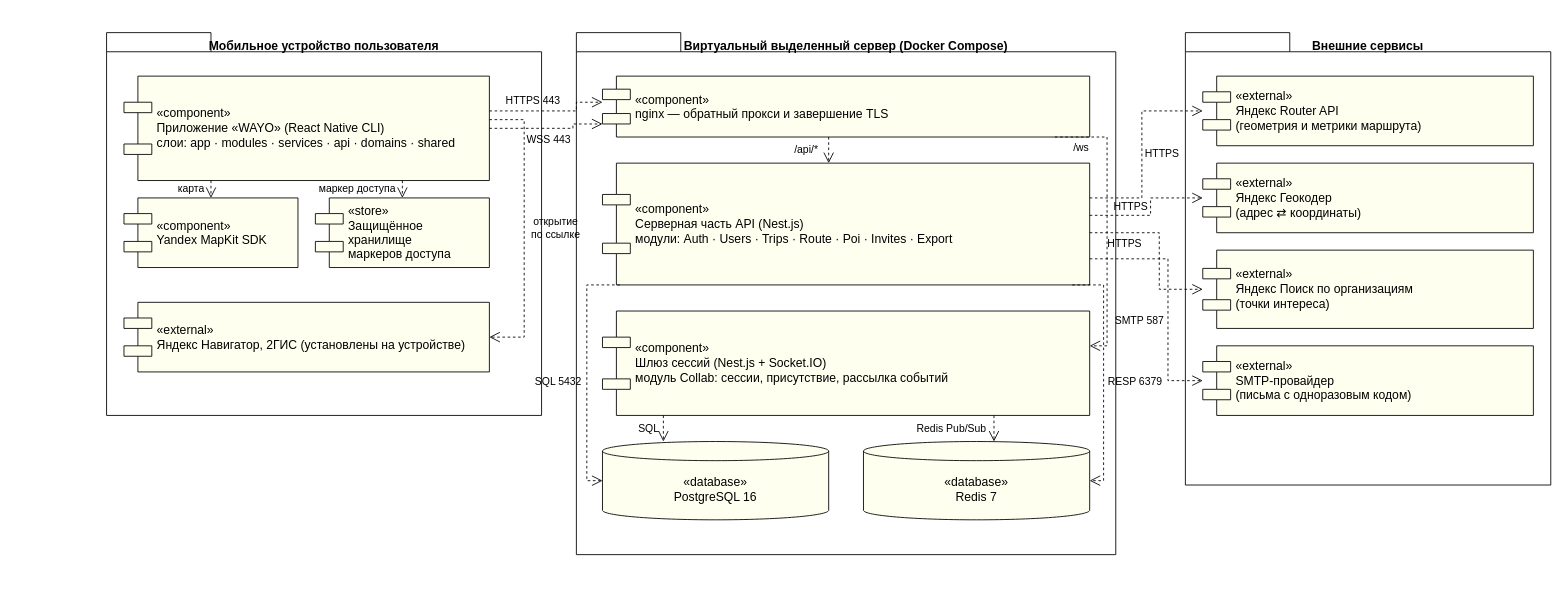
Earlier version of the draw.io diagram page "1. Компоненты" (1 of 5) of docs/Архитектура системы.drawio (crockshine/wayo). Source tidied: cells renumbered, new cells numbered last; positions are measured from the earlier drawing's top-left corner, leaving out a move shared by most shapes. Both pictures are drawn from the tidied source at 87%, with x=0, y=0 at pixel (106, 32).
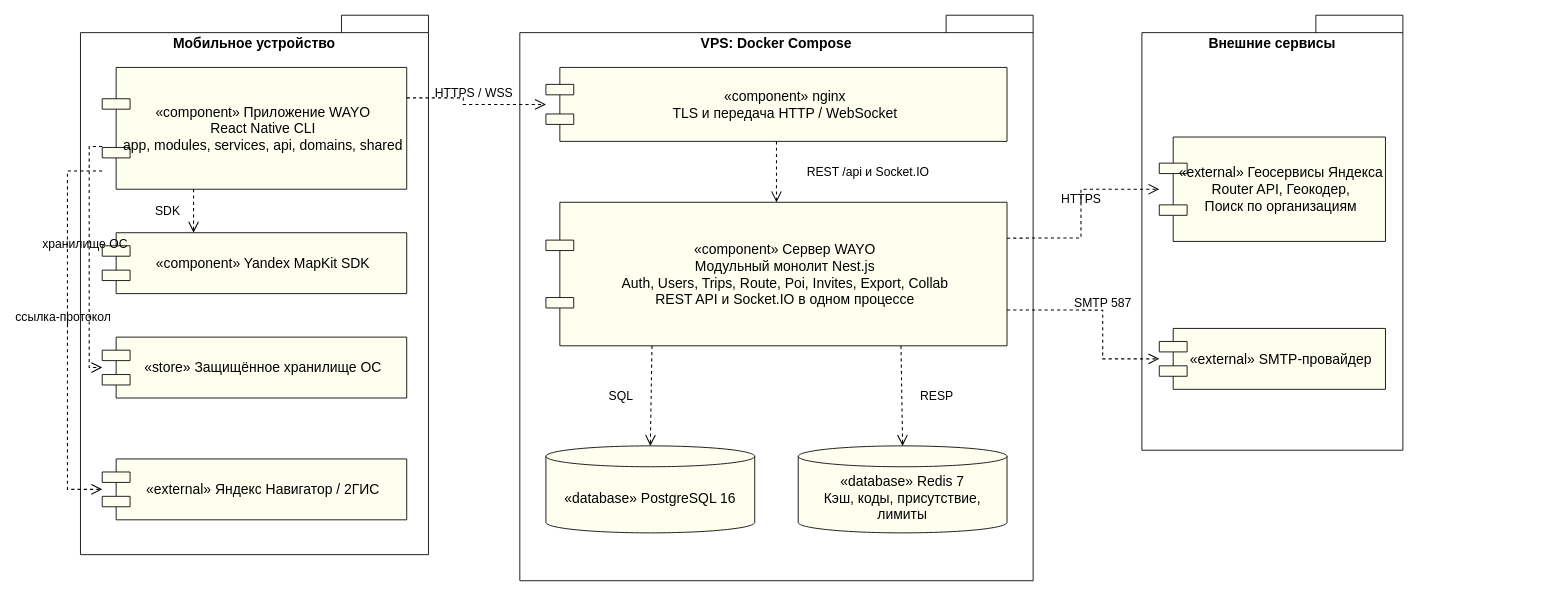
After the change.

The edit, as a diff of the source:
```diff
@@
-    <mxCell id="2" value="Мобильное устройство пользователя" style="shape=folder;fontStyle=1;tabWidth=120;tabHeight=22;tabPosition=left;html=1;whiteSpace=wrap;fillColor=none;strokeColor=#000000;verticalAlign=top;align=center;fontSize=14;fontFamily=Helvetica;" parent="1" vertex="1">
-      <mxGeometry width="500" height="440" as="geometry" />
-    </mxCell>
-    <mxCell id="3" value="«component»&#10;Приложение «WAYO» (React Native CLI)&#10;слои: app · modules · services · api · domains · shared" style="shape=component;align=left;spacingLeft=36;whiteSpace=wrap;html=1;fillColor=#FFFFF0;strokeColor=#000000;fontSize=14;fontFamily=Helvetica;" parent="1" vertex="1">
-      <mxGeometry x="20" y="50" width="420" height="120" as="geometry" />
-    </mxCell>
+    <mxCell id="33" value="Мобильное устройство" style="shape=folder;tabWidth=100;tabHeight=20;verticalAlign=top;spacingTop=16;fillColor=none;fontStyle=1;whiteSpace=wrap;html=1;strokeColor=#000000;fontFamily=Helvetica;fontSize=16;labelBackgroundColor=none;" parent="1" vertex="1">
+      <mxGeometry x="-30" y="-20" width="400" height="620" as="geometry" />
+    </mxCell>
+    <mxCell id="34" value="«component» Приложение WAYO&#10;React Native CLI&#10;app, modules, services, api, domains, shared" style="shape=component;spacingLeft=20;fillColor=#FFFFF0;whiteSpace=wrap;html=1;strokeColor=#000000;fontFamily=Helvetica;fontSize=16;labelBackgroundColor=none;" parent="1" vertex="1">
+      <mxGeometry x="-5" y="40" width="350" height="140" as="geometry" />
+    </mxCell>
-    <mxCell id="4" value="«component»&#10;Yandex MapKit SDK" style="shape=component;align=left;spacingLeft=36;whiteSpace=wrap;html=1;fillColor=#FFFFF0;strokeColor=#000000;fontSize=14;fontFamily=Helvetica;" parent="1" vertex="1">
-      <mxGeometry x="20" y="190" width="200" height="80" as="geometry" />
+    <mxCell id="4" value="«component» Yandex MapKit SDK" style="shape=component;spacingLeft=20;fillColor=#FFFFF0;whiteSpace=wrap;html=1;strokeColor=#000000;fontFamily=Helvetica;fontSize=16;labelBackgroundColor=none;" parent="1" vertex="1">
+      <mxGeometry x="-5" y="230" width="350" height="70" as="geometry" />
     </mxCell>
-    <mxCell id="5" value="«store»&#10;Защищённое хранилище&#10;маркеров доступа" style="shape=component;align=left;spacingLeft=36;whiteSpace=wrap;html=1;fillColor=#FFFFF0;strokeColor=#000000;fontSize=14;fontFamily=Helvetica;" parent="1" vertex="1">
-      <mxGeometry x="240" y="190" width="200" height="80" as="geometry" />
-    </mxCell>
-    <mxCell id="6" value="«external»&#10;Яндекс Навигатор, 2ГИС (установлены на устройстве)" style="shape=component;align=left;spacingLeft=36;whiteSpace=wrap;html=1;fillColor=#FFFFF0;strokeColor=#000000;fontSize=14;fontFamily=Helvetica;" parent="1" vertex="1">
-      <mxGeometry x="20" y="310" width="420" height="80" as="geometry" />
-    </mxCell>
-    <mxCell id="7" value="Виртуальный выделенный сервер (Docker Compose)" style="shape=folder;fontStyle=1;tabWidth=120;tabHeight=22;tabPosition=left;html=1;whiteSpace=wrap;fillColor=none;strokeColor=#000000;verticalAlign=top;align=center;fontSize=14;fontFamily=Helvetica;" parent="1" vertex="1">
-      <mxGeometry x="540" width="620" height="600" as="geometry" />
-    </mxCell>
-    <mxCell id="8" value="«component»&#10;nginx — обратный прокси и завершение TLS" style="shape=component;align=left;spacingLeft=36;whiteSpace=wrap;html=1;fillColor=#FFFFF0;strokeColor=#000000;fontSize=14;fontFamily=Helvetica;" parent="1" vertex="1">
-      <mxGeometry x="570" y="50" width="560" height="70" as="geometry" />
-    </mxCell>
-    <mxCell id="9" value="«component»&#10;Серверная часть API (Nest.js)&#10;модули: Auth · Users · Trips · Route · Poi · Invites · Export" style="shape=component;align=left;spacingLeft=36;whiteSpace=wrap;html=1;fillColor=#FFFFF0;strokeColor=#000000;fontSize=14;fontFamily=Helvetica;" parent="1" vertex="1">
-      <mxGeometry x="570" y="150" width="560" height="140" as="geometry" />
-    </mxCell>
-    <mxCell id="10" value="«component»&#10;Шлюз сессий (Nest.js + Socket.IO)&#10;модуль Collab: сессии, присутствие, рассылка событий" style="shape=component;align=left;spacingLeft=36;whiteSpace=wrap;html=1;fillColor=#FFFFF0;strokeColor=#000000;fontSize=14;fontFamily=Helvetica;" parent="1" vertex="1">
-      <mxGeometry x="570" y="320" width="560" height="120" as="geometry" />
-    </mxCell>
+    <mxCell id="35" value="«store» Защищённое хранилище ОС" style="shape=component;spacingLeft=20;fillColor=#FFFFF0;whiteSpace=wrap;html=1;strokeColor=#000000;fontFamily=Helvetica;fontSize=16;labelBackgroundColor=none;" parent="1" vertex="1">
+      <mxGeometry x="-5" y="350" width="350" height="70" as="geometry" />
+    </mxCell>
+    <mxCell id="36" value="«external» Яндекс Навигатор / 2ГИС" style="shape=component;spacingLeft=20;fillColor=#FFFFF0;whiteSpace=wrap;html=1;strokeColor=#000000;fontFamily=Helvetica;fontSize=16;labelBackgroundColor=none;" parent="1" vertex="1">
+      <mxGeometry x="-5" y="490" width="350" height="70" as="geometry" />
+    </mxCell>
+    <mxCell id="37" value="VPS: Docker Compose" style="shape=folder;tabWidth=100;tabHeight=20;verticalAlign=top;spacingTop=16;fillColor=none;fontStyle=1;whiteSpace=wrap;html=1;strokeColor=#000000;fontFamily=Helvetica;fontSize=16;labelBackgroundColor=none;" parent="1" vertex="1">
+      <mxGeometry x="475" y="-20" width="590" height="650" as="geometry" />
+    </mxCell>
+    <mxCell id="38" value="«component» nginx&#10;TLS и передача HTTP / WebSocket" style="shape=component;spacingLeft=20;fillColor=#FFFFF0;whiteSpace=wrap;html=1;strokeColor=#000000;fontFamily=Helvetica;fontSize=16;labelBackgroundColor=none;" parent="1" vertex="1">
+      <mxGeometry x="505" y="40" width="530" height="85" as="geometry" />
+    </mxCell>
+    <mxCell id="39" value="«component» Сервер WAYO&#10;Модульный монолит Nest.js&#10;Auth, Users, Trips, Route, Poi, Invites, Export, Collab&#10;REST API и Socket.IO в одном процессе" style="shape=component;spacingLeft=20;fillColor=#FFFFF0;whiteSpace=wrap;html=1;strokeColor=#000000;fontFamily=Helvetica;fontSize=16;labelBackgroundColor=none;" parent="1" vertex="1">
+      <mxGeometry x="505" y="195" width="530" height="165" as="geometry" />
+    </mxCell>
-    <mxCell id="11" value="«database»&#10;PostgreSQL 16" style="shape=cylinder3;whiteSpace=wrap;html=1;boundedLbl=1;backgroundOutline=1;size=11;fillColor=#FFFFF0;strokeColor=#000000;fontSize=14;fontFamily=Helvetica;" parent="1" vertex="1">
-      <mxGeometry x="570" y="470" width="260" height="90" as="geometry" />
+    <mxCell id="11" value="«database» PostgreSQL 16" style="shape=cylinder3;boundedLbl=1;size=12;fillColor=#FFFFF0;whiteSpace=wrap;html=1;strokeColor=#000000;fontFamily=Helvetica;fontSize=16;labelBackgroundColor=none;" parent="1" vertex="1">
+      <mxGeometry x="505" y="475" width="240" height="100" as="geometry" />
     </mxCell>
-    <mxCell id="12" value="«database»&#10;Redis 7" style="shape=cylinder3;whiteSpace=wrap;html=1;boundedLbl=1;backgroundOutline=1;size=11;fillColor=#FFFFF0;strokeColor=#000000;fontSize=14;fontFamily=Helvetica;" parent="1" vertex="1">
-      <mxGeometry x="870" y="470" width="260" height="90" as="geometry" />
-    </mxCell>
+    <mxCell id="40" value="«database» Redis 7&#10;Кэш, коды, присутствие, лимиты" style="shape=cylinder3;boundedLbl=1;size=12;fillColor=#FFFFF0;whiteSpace=wrap;html=1;strokeColor=#000000;fontFamily=Helvetica;fontSize=16;labelBackgroundColor=none;" parent="1" vertex="1">
+      <mxGeometry x="795" y="475" width="240" height="100" as="geometry" />
+    </mxCell>
-    <mxCell id="13" value="Внешние сервисы" style="shape=folder;fontStyle=1;tabWidth=120;tabHeight=22;tabPosition=left;html=1;whiteSpace=wrap;fillColor=none;strokeColor=#000000;verticalAlign=top;align=center;fontSize=14;fontFamily=Helvetica;" parent="1" vertex="1">
-      <mxGeometry x="1240" width="420" height="520" as="geometry" />
+    <mxCell id="13" value="Внешние сервисы" style="shape=folder;tabWidth=100;tabHeight=20;verticalAlign=top;spacingTop=16;fillColor=none;fontStyle=1;whiteSpace=wrap;html=1;strokeColor=#000000;fontFamily=Helvetica;fontSize=16;labelBackgroundColor=none;" parent="1" vertex="1">
+      <mxGeometry x="1190" y="-20" width="300" height="500" as="geometry" />
     </mxCell>
-    <mxCell id="14" value="«external»&#10;Яндекс Router API&#10;(геометрия и метрики маршрута)" style="shape=component;align=left;spacingLeft=36;whiteSpace=wrap;html=1;fillColor=#FFFFF0;strokeColor=#000000;fontSize=14;fontFamily=Helvetica;" parent="1" vertex="1">
-      <mxGeometry x="1260" y="50" width="380" height="80" as="geometry" />
-    </mxCell>
-    <mxCell id="15" value="«external»&#10;Яндекс Геокодер&#10;(адрес ⇄ координаты)" style="shape=component;align=left;spacingLeft=36;whiteSpace=wrap;html=1;fillColor=#FFFFF0;strokeColor=#000000;fontSize=14;fontFamily=Helvetica;" parent="1" vertex="1">
-      <mxGeometry x="1260" y="150" width="380" height="80" as="geometry" />
-    </mxCell>
-    <mxCell id="16" value="«external»&#10;Яндекс Поиск по организациям&#10;(точки интереса)" style="shape=component;align=left;spacingLeft=36;whiteSpace=wrap;html=1;fillColor=#FFFFF0;strokeColor=#000000;fontSize=14;fontFamily=Helvetica;" parent="1" vertex="1">
-      <mxGeometry x="1260" y="250" width="380" height="90" as="geometry" />
-    </mxCell>
-    <mxCell id="17" value="«external»&#10;SMTP-провайдер&#10;(письма с одноразовым кодом)" style="shape=component;align=left;spacingLeft=36;whiteSpace=wrap;html=1;fillColor=#FFFFF0;strokeColor=#000000;fontSize=14;fontFamily=Helvetica;" parent="1" vertex="1">
-      <mxGeometry x="1260" y="360" width="380" height="80" as="geometry" />
-    </mxCell>
-    <mxCell id="18" value="HTTPS 443" style="edgeStyle=none;html=1;rounded=0;endArrow=open;endFill=0;endSize=10;dashed=1;strokeColor=#000000;fontSize=12;fontFamily=Helvetica;labelBackgroundColor=none;exitX=1;exitY=0.3333333333333333;exitPerimeter=0;entryX=0;entryY=0.42857142857142855;entryPerimeter=0;labelBorderColor=none;" parent="1" edge="1" source="3" target="8">
-      <mxGeometry x="-0.29" relative="1" as="geometry">
-        <Array as="points">
-          <mxPoint x="540" y="90" />
-          <mxPoint x="540" y="80" />
-        </Array>
-        <mxPoint y="-12.5" as="offset" />
-      </mxGeometry>
-    </mxCell>
-    <mxCell id="19" value="WSS 443" style="edgeStyle=none;html=1;rounded=0;endArrow=open;endFill=0;endSize=10;dashed=1;strokeColor=#000000;fontSize=12;fontFamily=Helvetica;labelBackgroundColor=none;exitX=1;exitY=0.5;exitPerimeter=0;entryX=0;entryY=0.7857142857142857;entryPerimeter=0;labelBorderColor=none;" parent="1" edge="1" source="3" target="8">
-      <mxGeometry relative="1" as="geometry">
-        <Array as="points">
-          <mxPoint x="536" y="110" />
-          <mxPoint x="536" y="105" />
-        </Array>
-        <mxPoint y="12.5" as="offset" />
-      </mxGeometry>
-    </mxCell>
-    <mxCell id="20" value="/api/*" style="edgeStyle=none;html=1;rounded=0;endArrow=open;endFill=0;endSize=10;dashed=1;strokeColor=#000000;fontSize=12;fontFamily=Helvetica;labelBackgroundColor=none;exitX=0.4642857142857143;exitY=1;exitPerimeter=0;entryX=0.4642857142857143;entryY=0;entryPerimeter=0;labelBorderColor=none;" parent="1" edge="1" source="8" target="9">
-      <mxGeometry relative="1" as="geometry">
-        <mxPoint x="-26.2" as="offset" />
-      </mxGeometry>
-    </mxCell>
-    <mxCell id="21" value="/ws" style="edgeStyle=none;html=1;rounded=0;endArrow=open;endFill=0;endSize=10;dashed=1;strokeColor=#000000;fontSize=12;fontFamily=Helvetica;labelBackgroundColor=none;exitX=0.9285714285714286;exitY=1;exitPerimeter=0;entryX=1;entryY=0.3333333333333333;entryPerimeter=0;labelBorderColor=none;" parent="1" edge="1" source="8" target="10">
-      <mxGeometry x="-0.81" relative="1" as="geometry">
-        <Array as="points">
-          <mxPoint x="1150" y="120" />
-          <mxPoint x="1150" y="360" />
-        </Array>
-        <mxPoint y="12.5" as="offset" />
-      </mxGeometry>
-    </mxCell>
-    <mxCell id="22" value="SQL 5432" style="edgeStyle=none;html=1;rounded=0;endArrow=open;endFill=0;endSize=10;dashed=1;strokeColor=#000000;fontSize=12;fontFamily=Helvetica;labelBackgroundColor=none;exitX=0.03571428571428571;exitY=1;exitPerimeter=0;entryX=0;entryY=0.5;entryPerimeter=0;labelBorderColor=none;" parent="1" edge="1" source="9" target="11">
-      <mxGeometry x="0.07" relative="1" as="geometry">
-        <Array as="points">
-          <mxPoint x="552" y="290" />
-          <mxPoint x="552" y="515" />
-        </Array>
-        <mxPoint x="-32.6" as="offset" />
-      </mxGeometry>
-    </mxCell>
-    <mxCell id="23" value="RESP 6379" style="edgeStyle=none;html=1;rounded=0;endArrow=open;endFill=0;endSize=10;dashed=1;strokeColor=#000000;fontSize=12;fontFamily=Helvetica;labelBackgroundColor=none;exitX=0.9642857142857143;exitY=1;exitPerimeter=0;entryX=1;entryY=0.5;entryPerimeter=0;labelBorderColor=none;" parent="1" edge="1" source="9" target="12">
-      <mxGeometry x="0.07" relative="1" as="geometry">
-        <Array as="points">
-          <mxPoint x="1146" y="290" />
-          <mxPoint x="1146" y="515" />
-        </Array>
-        <mxPoint x="35.8" as="offset" />
-      </mxGeometry>
-    </mxCell>
+    <mxCell id="41" value="«external» Геосервисы Яндекса&#10;Router API, Геокодер,&#10;Поиск по организациям" style="shape=component;spacingLeft=20;fillColor=#FFFFF0;whiteSpace=wrap;html=1;strokeColor=#000000;fontFamily=Helvetica;fontSize=16;labelBackgroundColor=none;" parent="1" vertex="1">
+      <mxGeometry x="1210" y="120" width="260" height="120" as="geometry" />
+    </mxCell>
+    <mxCell id="42" value="«external» SMTP-провайдер" style="shape=component;spacingLeft=20;fillColor=#FFFFF0;whiteSpace=wrap;html=1;strokeColor=#000000;fontFamily=Helvetica;fontSize=16;labelBackgroundColor=none;" parent="1" vertex="1">
+      <mxGeometry x="1210" y="340" width="260" height="70" as="geometry" />
+    </mxCell>
+    <mxCell id="43" value="HTTPS / WSS" style="edgeStyle=none;rounded=0;html=1;endArrow=open;endSize=10;endFill=0;dashed=1;strokeColor=#000000;strokeWidth=1.2;fontFamily=Helvetica;fontSize=14;labelBackgroundColor=none;labelBorderColor=none;exitX=1;exitY=0.25;entryX=0;entryY=0.5;exitPerimeter=0;entryPerimeter=0;" parent="1" edge="1" source="34" target="38">
+      <mxGeometry relative="1" as="geometry">
+        <Array as="points">
+          <mxPoint x="410" y="75" />
+          <mxPoint x="410" y="82.5" />
+        </Array>
+        <mxPoint y="-14" as="offset" />
+      </mxGeometry>
+    </mxCell>
+    <mxCell id="44" value="REST /api и Socket.IO" style="edgeStyle=none;rounded=0;html=1;endArrow=open;endSize=10;endFill=0;dashed=1;strokeColor=#000000;strokeWidth=1.2;fontFamily=Helvetica;fontSize=14;labelBackgroundColor=none;labelBorderColor=none;exitX=0.5;exitY=1;entryX=0.5;entryY=0;exitPerimeter=0;entryPerimeter=0;" parent="1" edge="1" source="38" target="39">
+      <mxGeometry relative="1" as="geometry">
+        <mxPoint x="105" as="offset" />
+      </mxGeometry>
+    </mxCell>
-    <mxCell id="24" value="SQL" style="edgeStyle=none;html=1;rounded=0;endArrow=open;endFill=0;endSize=10;dashed=1;strokeColor=#000000;fontSize=12;fontFamily=Helvetica;labelBackgroundColor=none;exitX=0.125;exitY=1;exitPerimeter=0;entryX=0.2692307692307692;entryY=0;entryPerimeter=0;labelBorderColor=none;" parent="1" edge="1" source="10" target="11">
+    <mxCell id="24" value="SQL" style="edgeStyle=none;rounded=0;html=1;endArrow=open;endSize=10;endFill=0;dashed=1;strokeColor=#000000;strokeWidth=1.2;fontFamily=Helvetica;fontSize=14;labelBackgroundColor=none;labelBorderColor=none;exitX=0.23;exitY=1;entryX=0.5;entryY=0;exitPerimeter=0;entryPerimeter=0;" parent="1" edge="1" source="39" target="11">
       <mxGeometry relative="1" as="geometry">
-        <mxPoint x="-16.6" as="offset" />
+        <mxPoint x="-35" as="offset" />
       </mxGeometry>
     </mxCell>
-    <mxCell id="25" value="Redis Pub/Sub" style="edgeStyle=none;html=1;rounded=0;endArrow=open;endFill=0;endSize=10;dashed=1;strokeColor=#000000;fontSize=12;fontFamily=Helvetica;labelBackgroundColor=none;exitX=0.8035714285714286;exitY=1;exitPerimeter=0;entryX=0.5769230769230769;entryY=0;entryPerimeter=0;labelBorderColor=none;" parent="1" edge="1" source="10" target="12">
-      <mxGeometry relative="1" as="geometry">
-        <mxPoint x="-48.6" as="offset" />
-      </mxGeometry>
-    </mxCell>
-    <mxCell id="26" value="HTTPS" style="edgeStyle=none;html=1;rounded=0;endArrow=open;endFill=0;endSize=10;dashed=1;strokeColor=#000000;fontSize=12;fontFamily=Helvetica;labelBackgroundColor=none;exitX=1;exitY=0.2857142857142857;exitPerimeter=0;entryX=0;entryY=0.5;entryPerimeter=0;labelBorderColor=none;" parent="1" edge="1" source="9" target="14">
-      <mxGeometry x="-0.04" relative="1" as="geometry">
-        <Array as="points">
-          <mxPoint x="1190" y="190" />
-          <mxPoint x="1190" y="90" />
-        </Array>
-        <mxPoint x="23" as="offset" />
-      </mxGeometry>
-    </mxCell>
-    <mxCell id="27" value="HTTPS" style="edgeStyle=none;html=1;rounded=0;endArrow=open;endFill=0;endSize=10;dashed=1;strokeColor=#000000;fontSize=12;fontFamily=Helvetica;labelBackgroundColor=none;exitX=1;exitY=0.42857142857142855;exitPerimeter=0;entryX=0;entryY=0.5;entryPerimeter=0;labelBorderColor=none;" parent="1" edge="1" source="9" target="15">
-      <mxGeometry x="0.07" relative="1" as="geometry">
-        <Array as="points">
-          <mxPoint x="1200" y="210" />
-          <mxPoint x="1200" y="190" />
-        </Array>
-        <mxPoint x="-23" as="offset" />
-      </mxGeometry>
-    </mxCell>
-    <mxCell id="28" value="HTTPS" style="edgeStyle=none;html=1;rounded=0;endArrow=open;endFill=0;endSize=10;dashed=1;strokeColor=#000000;fontSize=12;fontFamily=Helvetica;labelBackgroundColor=none;exitX=1;exitY=0.5714285714285714;exitPerimeter=0;entryX=0;entryY=0.5;entryPerimeter=0;labelBorderColor=none;" parent="1" edge="1" source="9" target="16">
-      <mxGeometry x="-0.59" relative="1" as="geometry">
-        <Array as="points">
-          <mxPoint x="1210" y="230" />
-          <mxPoint x="1210" y="295" />
-        </Array>
-        <mxPoint y="12.5" as="offset" />
-      </mxGeometry>
-    </mxCell>
+    <mxCell id="45" value="RESP" style="edgeStyle=none;rounded=0;html=1;endArrow=open;endSize=10;endFill=0;dashed=1;strokeColor=#000000;strokeWidth=1.2;fontFamily=Helvetica;fontSize=14;labelBackgroundColor=none;labelBorderColor=none;exitX=0.77;exitY=1;entryX=0.5;entryY=0;exitPerimeter=0;entryPerimeter=0;" parent="1" edge="1" source="39" target="40">
+      <mxGeometry relative="1" as="geometry">
+        <mxPoint x="40" as="offset" />
+      </mxGeometry>
+    </mxCell>
+    <mxCell id="46" value="HTTPS" style="edgeStyle=none;rounded=0;html=1;endArrow=open;endSize=10;endFill=0;dashed=1;strokeColor=#000000;strokeWidth=1.2;fontFamily=Helvetica;fontSize=14;labelBackgroundColor=none;labelBorderColor=none;exitX=1;exitY=0.25;entryX=0;entryY=0.5;exitPerimeter=0;entryPerimeter=0;" parent="1" edge="1" source="39" target="41">
+      <mxGeometry relative="1" as="geometry">
+        <Array as="points">
+          <mxPoint x="1120" y="236" />
+          <mxPoint x="1120" y="180" />
+        </Array>
+        <mxPoint y="-14" as="offset" />
+      </mxGeometry>
+    </mxCell>
-    <mxCell id="29" value="SMTP 587" style="edgeStyle=none;html=1;rounded=0;endArrow=open;endFill=0;endSize=10;dashed=1;strokeColor=#000000;fontSize=12;fontFamily=Helvetica;labelBackgroundColor=none;exitX=1;exitY=0.7857142857142857;exitPerimeter=0;entryX=0;entryY=0.5;entryPerimeter=0;labelBorderColor=none;" parent="1" edge="1" source="9" target="17">
-      <mxGeometry x="0.19" relative="1" as="geometry">
+    <mxCell id="29" value="SMTP 587" style="edgeStyle=none;rounded=0;html=1;endArrow=open;endSize=10;endFill=0;dashed=1;strokeColor=#000000;strokeWidth=1.2;fontFamily=Helvetica;fontSize=14;labelBackgroundColor=none;labelBorderColor=none;exitX=1;exitY=0.75;entryX=0;entryY=0.5;exitPerimeter=0;entryPerimeter=0;" parent="1" edge="1" source="39" target="42">
+      <mxGeometry relative="1" as="geometry">
         <Array as="points">
-          <mxPoint x="1220" y="260" />
-          <mxPoint x="1220" y="400" />
+          <mxPoint x="1145" y="319" />
+          <mxPoint x="1145" y="375" />
         </Array>
-        <mxPoint x="-32.6" as="offset" />
+        <mxPoint y="-14" as="offset" />
       </mxGeometry>
     </mxCell>
-    <mxCell id="30" value="карта" style="edgeStyle=none;html=1;rounded=0;endArrow=open;endFill=0;endSize=10;dashed=1;strokeColor=#000000;fontSize=12;fontFamily=Helvetica;labelBackgroundColor=none;exitX=0.23809523809523808;exitY=1;exitPerimeter=0;entryX=0.5;entryY=0;entryPerimeter=0;labelBorderColor=none;" parent="1" edge="1" source="3" target="4">
-      <mxGeometry relative="1" as="geometry">
-        <mxPoint x="-23" as="offset" />
-      </mxGeometry>
-    </mxCell>
-    <mxCell id="31" value="маркер доступа" style="edgeStyle=none;html=1;rounded=0;endArrow=open;endFill=0;endSize=10;dashed=1;strokeColor=#000000;fontSize=12;fontFamily=Helvetica;labelBackgroundColor=none;exitX=0.7619047619047619;exitY=1;exitPerimeter=0;entryX=0.5;entryY=0;entryPerimeter=0;labelBorderColor=none;" parent="1" edge="1" source="3" target="5">
-      <mxGeometry relative="1" as="geometry">
-        <mxPoint x="-51.8" as="offset" />
-      </mxGeometry>
-    </mxCell>
-    <mxCell id="32" value="открытие&#10;по ссылке" style="edgeStyle=none;html=1;rounded=0;endArrow=open;endFill=0;endSize=10;dashed=1;strokeColor=#000000;fontSize=12;fontFamily=Helvetica;labelBackgroundColor=none;exitX=1;exitY=0.4166666666666667;exitPerimeter=0;entryX=1;entryY=0.5;entryPerimeter=0;labelBorderColor=none;" parent="1" edge="1" source="3" target="6">
-      <mxGeometry relative="1" as="geometry">
-        <Array as="points">
-          <mxPoint x="480" y="100" />
-          <mxPoint x="480" y="350" />
-        </Array>
-        <mxPoint x="35.8" as="offset" />
-      </mxGeometry>
-    </mxCell>
+    <mxCell id="47" value="SDK" style="edgeStyle=none;rounded=0;html=1;endArrow=open;endSize=10;endFill=0;dashed=1;strokeColor=#000000;strokeWidth=1.2;fontFamily=Helvetica;fontSize=14;labelBackgroundColor=none;labelBorderColor=none;exitX=0.3;exitY=1;entryX=0.3;entryY=0;exitPerimeter=0;entryPerimeter=0;" parent="1" edge="1" source="34" target="4">
+      <mxGeometry relative="1" as="geometry">
+        <mxPoint x="-30" as="offset" />
+      </mxGeometry>
+    </mxCell>
+    <mxCell id="48" value="хранилище ОС" style="edgeStyle=none;rounded=0;html=1;endArrow=open;endSize=10;endFill=0;dashed=1;strokeColor=#000000;strokeWidth=1.2;fontFamily=Helvetica;fontSize=14;labelBackgroundColor=none;labelBorderColor=none;exitX=0;exitY=0.65;entryX=0;entryY=0.5;exitPerimeter=0;entryPerimeter=0;" parent="1" edge="1" source="34" target="35">
+      <mxGeometry relative="1" as="geometry">
+        <Array as="points">
+          <mxPoint x="-20" y="131" />
+          <mxPoint x="-20" y="385" />
+        </Array>
+        <mxPoint x="-5" y="-15" as="offset" />
+      </mxGeometry>
+    </mxCell>
+    <mxCell id="49" value="ссылка-протокол" style="edgeStyle=none;rounded=0;html=1;endArrow=open;endSize=10;endFill=0;dashed=1;strokeColor=#000000;strokeWidth=1.2;fontFamily=Helvetica;fontSize=14;labelBackgroundColor=none;labelBorderColor=none;exitX=0;exitY=0.85;entryX=0;entryY=0.5;exitPerimeter=0;entryPerimeter=0;" parent="1" edge="1" source="34" target="36">
+      <mxGeometry relative="1" as="geometry">
+        <Array as="points">
+          <mxPoint x="-45" y="159" />
+          <mxPoint x="-45" y="525" />
+        </Array>
+        <mxPoint x="-5" y="-15" as="offset" />
+      </mxGeometry>
+    </mxCell>
```
